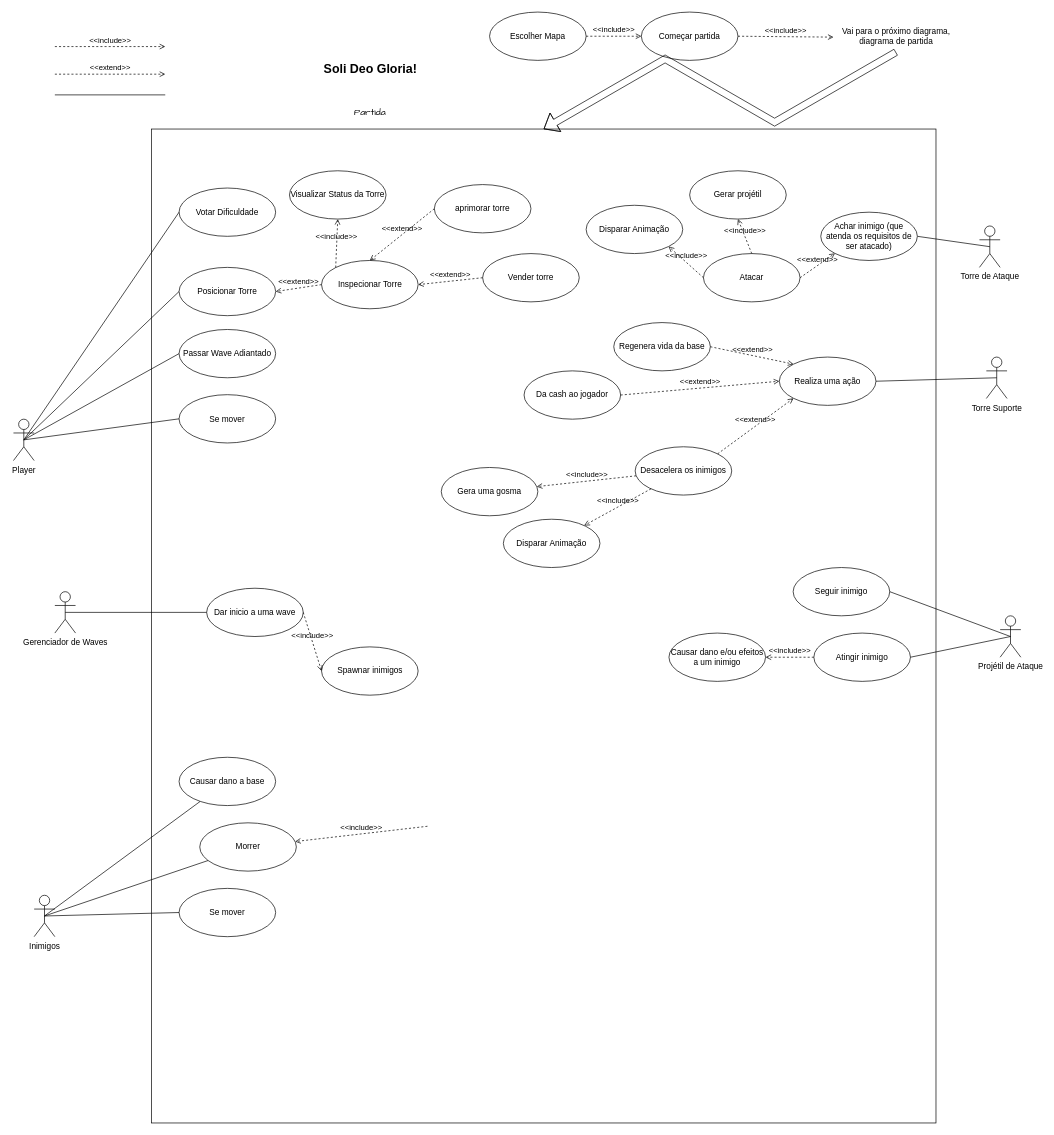
Above: In-Game -- Diagrama Casos de Uso.drawio in DEV-0ne-Jao/Projeto-Integrador (draw.io), before the change. Source tidied: cells renumbered, new cells numbered last; positions are measured from the earlier drawing's top-left corner, leaving out a move shared by most shapes. Both pictures are drawn from the tidied source at 69%, with x=0, y=0 at pixel (13, 12).
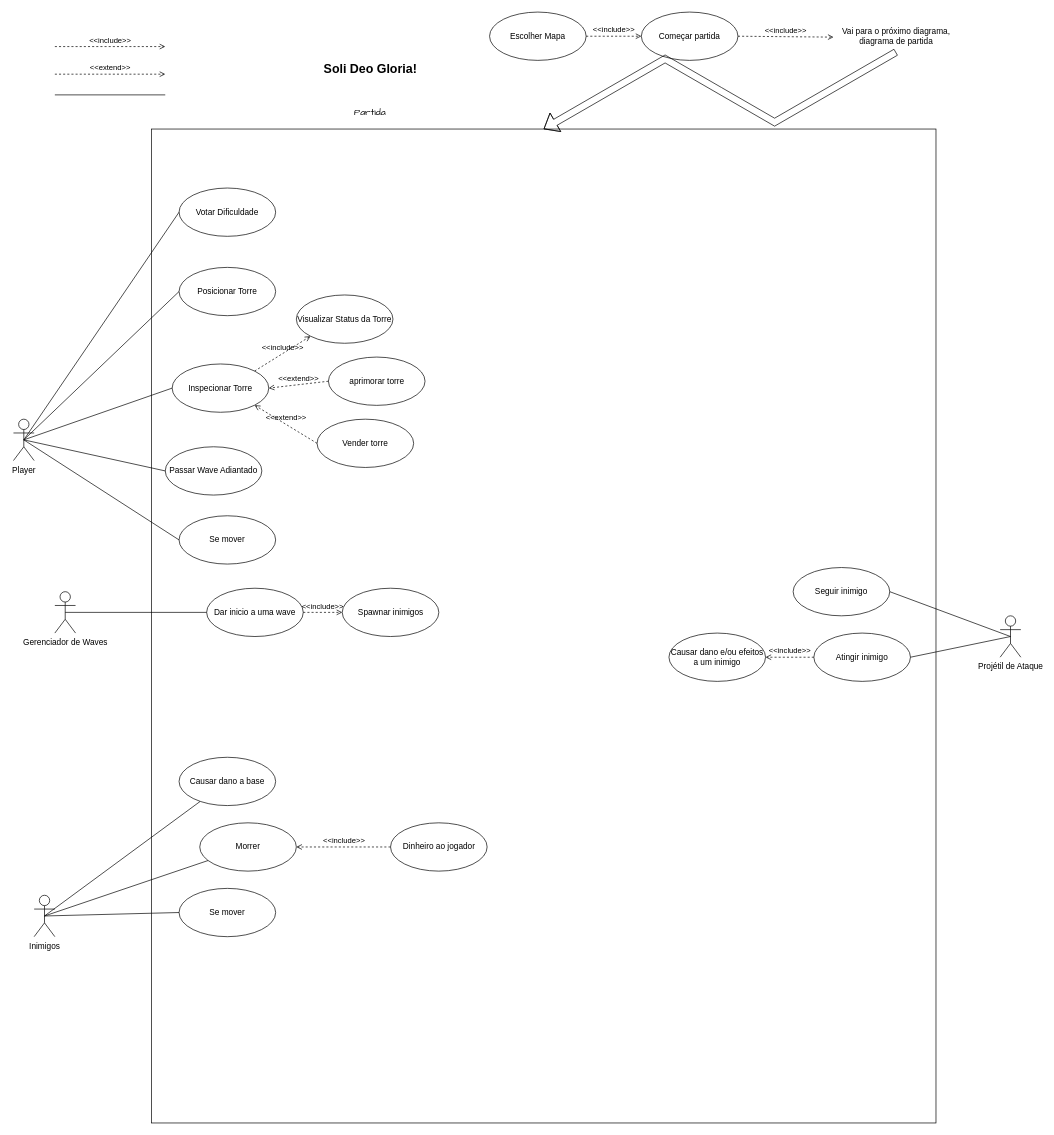
Above is the later version.

Unchanged cells that the change refers to:
```xml
<mxCell id="4" value="Player" style="shape=umlActor;verticalLabelPosition=bottom;verticalAlign=top;html=1;" parent="1" vertex="1">
  <mxGeometry y="590" width="30" height="60" as="geometry" />
</mxCell>
<mxCell id="17" value="Posicionar Torre" style="ellipse;whiteSpace=wrap;html=1;" parent="1" vertex="1">
  <mxGeometry x="240" y="370" width="140" height="70" as="geometry" />
</mxCell>
<mxCell id="62" value="Morrer" style="ellipse;whiteSpace=wrap;html=1;" parent="1" vertex="1">
  <mxGeometry x="270" y="1175" width="140" height="70" as="geometry" />
</mxCell>
```

The edit, as a diff of the source:
```diff
@@
     <mxCell id="18" value="aprimorar torre" style="ellipse;whiteSpace=wrap;html=1;" parent="1" vertex="1">
-      <mxGeometry x="610" y="250" width="140" height="70" as="geometry" />
+      <mxGeometry x="456.5" y="500" width="140" height="70" as="geometry" />
     </mxCell>
     <mxCell id="19" value="Vender torre" style="ellipse;whiteSpace=wrap;html=1;" parent="1" vertex="1">
-      <mxGeometry x="680" y="350" width="140" height="70" as="geometry" />
+      <mxGeometry x="440" y="590" width="140" height="70" as="geometry" />
     </mxCell>
     <mxCell id="20" value="Inspecionar Torre" style="ellipse;whiteSpace=wrap;html=1;" parent="1" vertex="1">
-      <mxGeometry x="446.5" y="360" width="140" height="70" as="geometry" />
+      <mxGeometry x="230" y="510" width="140" height="70" as="geometry" />
     </mxCell>
-    <mxCell id="21" value="&amp;lt;&amp;lt;extend&amp;gt;&amp;gt;" style="html=1;verticalAlign=bottom;labelBackgroundColor=none;endArrow=open;endFill=0;dashed=1;rounded=0;exitX=0;exitY=0.5;exitDx=0;exitDy=0;entryX=1;entryY=0.5;entryDx=0;entryDy=0;" parent="1" edge="1" source="20" target="17">
-      <mxGeometry relative="1" as="geometry" />
-    </mxCell>
-    <mxCell id="22" value="&amp;lt;&amp;lt;extend&amp;gt;&amp;gt;" style="html=1;verticalAlign=bottom;labelBackgroundColor=none;endArrow=open;endFill=0;dashed=1;rounded=0;exitX=0;exitY=0.5;exitDx=0;exitDy=0;entryX=1;entryY=0.5;entryDx=0;entryDy=0;" parent="1" edge="1" source="19" target="20">
+    <mxCell id="22" value="&amp;lt;&amp;lt;extend&amp;gt;&amp;gt;" style="html=1;verticalAlign=bottom;labelBackgroundColor=none;endArrow=open;endFill=0;dashed=1;rounded=0;exitX=0;exitY=0.5;exitDx=0;exitDy=0;entryX=1;entryY=1;entryDx=0;entryDy=0;" parent="1" edge="1" source="19" target="20">
       <mxGeometry relative="1" as="geometry" />
     </mxCell>
-    <mxCell id="23" value="&amp;lt;&amp;lt;extend&amp;gt;&amp;gt;" style="html=1;verticalAlign=bottom;labelBackgroundColor=none;endArrow=open;endFill=0;dashed=1;rounded=0;exitX=0;exitY=0.5;exitDx=0;exitDy=0;entryX=0.5;entryY=0;entryDx=0;entryDy=0;" parent="1" edge="1" source="18" target="20">
+    <mxCell id="23" value="&amp;lt;&amp;lt;extend&amp;gt;&amp;gt;" style="html=1;verticalAlign=bottom;labelBackgroundColor=none;endArrow=open;endFill=0;dashed=1;rounded=0;exitX=0;exitY=0.5;exitDx=0;exitDy=0;entryX=1;entryY=0.5;entryDx=0;entryDy=0;" parent="1" edge="1" source="18" target="20">
       <mxGeometry relative="1" as="geometry" />
     </mxCell>
-    <mxCell id="24" value="&amp;lt;&amp;lt;include&amp;gt;&amp;gt;" style="html=1;verticalAlign=bottom;labelBackgroundColor=none;endArrow=open;endFill=0;dashed=1;rounded=0;exitX=0;exitY=0;exitDx=0;exitDy=0;entryX=0.5;entryY=1;entryDx=0;entryDy=0;" parent="1" edge="1" source="20" target="25">
+    <mxCell id="24" value="&amp;lt;&amp;lt;include&amp;gt;&amp;gt;" style="html=1;verticalAlign=bottom;labelBackgroundColor=none;endArrow=open;endFill=0;dashed=1;rounded=0;exitX=1;exitY=0;exitDx=0;exitDy=0;entryX=0;entryY=1;entryDx=0;entryDy=0;" parent="1" edge="1" source="20" target="25">
       <mxGeometry relative="1" as="geometry" />
     </mxCell>
     <mxCell id="25" value="Visualizar Status da Torre" style="ellipse;whiteSpace=wrap;html=1;" parent="1" vertex="1">
-      <mxGeometry x="400" y="230" width="140" height="70" as="geometry" />
+      <mxGeometry x="410" y="410" width="140" height="70" as="geometry" />
     </mxCell>
@@
     <mxCell id="27" value="Passar Wave Adiantado" style="ellipse;whiteSpace=wrap;html=1;" parent="1" vertex="1">
-      <mxGeometry x="240" y="460" width="140" height="70" as="geometry" />
+      <mxGeometry x="220" y="630" width="140" height="70" as="geometry" />
     </mxCell>
@@
     <mxCell id="29" value="Se mover" style="ellipse;whiteSpace=wrap;html=1;" parent="1" vertex="1">
-      <mxGeometry x="240" y="554.5" width="140" height="70" as="geometry" />
+      <mxGeometry x="240" y="730" width="140" height="70" as="geometry" />
     </mxCell>
@@
-    <mxCell id="31" value="Torre de Ataque" style="shape=umlActor;verticalLabelPosition=bottom;verticalAlign=top;html=1;outlineConnect=0;" parent="1" vertex="1">
-      <mxGeometry x="1400" y="310" width="30" height="60" as="geometry" />
-    </mxCell>
-    <mxCell id="32" value="Atacar" style="ellipse;whiteSpace=wrap;html=1;" parent="1" vertex="1">
-      <mxGeometry x="1000" y="350" width="140" height="70" as="geometry" />
-    </mxCell>
-    <mxCell id="33" style="endArrow=none;html=1;rounded=0;exitX=1;exitY=0.5;exitDx=0;exitDy=0;entryX=0.5;entryY=0.5;entryDx=0;entryDy=0;entryPerimeter=0;" parent="1" edge="1" source="35" target="31">
-      <mxGeometry relative="1" as="geometry" />
-    </mxCell>
-    <mxCell id="34" value="Regenera vida da base" style="ellipse;whiteSpace=wrap;html=1;" parent="1" vertex="1">
-      <mxGeometry x="870" y="450" width="140" height="70" as="geometry" />
-    </mxCell>
-    <mxCell id="35" value="Achar inimigo (que atenda os requisitos de ser atacado)" style="ellipse;whiteSpace=wrap;html=1;" parent="1" vertex="1">
-      <mxGeometry x="1170" y="290" width="140" height="70" as="geometry" />
-    </mxCell>
-    <mxCell id="36" value="Torre Suporte&lt;div&gt;&lt;br&gt;&lt;/div&gt;" style="shape=umlActor;verticalLabelPosition=bottom;verticalAlign=top;html=1;outlineConnect=0;" parent="1" vertex="1">
-      <mxGeometry x="1410" y="500" width="30" height="60" as="geometry" />
-    </mxCell>
-    <mxCell id="37" value="&amp;lt;&amp;lt;extend&amp;gt;&amp;gt;" style="html=1;verticalAlign=bottom;labelBackgroundColor=none;endArrow=open;endFill=0;dashed=1;rounded=0;exitX=1;exitY=0.5;exitDx=0;exitDy=0;entryX=0;entryY=1;entryDx=0;entryDy=0;" parent="1" edge="1" source="32" target="35">
-      <mxGeometry relative="1" as="geometry" />
-    </mxCell>
-    <mxCell id="38" value="Disparar Animação" style="ellipse;whiteSpace=wrap;html=1;" parent="1" vertex="1">
-      <mxGeometry x="830" y="280" width="140" height="70" as="geometry" />
-    </mxCell>
-    <mxCell id="39" value="&amp;lt;&amp;lt;include&amp;gt;&amp;gt;" style="html=1;verticalAlign=bottom;labelBackgroundColor=none;endArrow=open;endFill=0;dashed=1;rounded=0;exitX=0;exitY=0.5;exitDx=0;exitDy=0;entryX=1;entryY=1;entryDx=0;entryDy=0;" parent="1" edge="1" source="32" target="38">
-      <mxGeometry relative="1" as="geometry" />
-    </mxCell>
-    <mxCell id="40" style="endArrow=none;html=1;rounded=0;entryX=0.5;entryY=0.5;entryDx=0;entryDy=0;entryPerimeter=0;exitX=1;exitY=0.5;exitDx=0;exitDy=0;" parent="1" edge="1" source="59" target="36">
-      <mxGeometry relative="1" as="geometry" />
-    </mxCell>
-    <mxCell id="41" value="Gerar projétil" style="ellipse;whiteSpace=wrap;html=1;" parent="1" vertex="1">
-      <mxGeometry x="980" y="230" width="140" height="70" as="geometry" />
-    </mxCell>
-    <mxCell id="42" value="Da cash ao jogador" style="ellipse;whiteSpace=wrap;html=1;" parent="1" vertex="1">
-      <mxGeometry x="740" y="520" width="140" height="70" as="geometry" />
-    </mxCell>
-    <mxCell id="43" value="&amp;lt;&amp;lt;include&amp;gt;&amp;gt;" style="html=1;verticalAlign=bottom;labelBackgroundColor=none;endArrow=open;endFill=0;dashed=1;rounded=0;exitX=0.5;exitY=0;exitDx=0;exitDy=0;entryX=0.5;entryY=1;entryDx=0;entryDy=0;" parent="1" edge="1" source="32" target="41">
-      <mxGeometry relative="1" as="geometry" />
-    </mxCell>
@@
-    <mxCell id="45" value="Desacelera os inimigos" style="ellipse;whiteSpace=wrap;html=1;" parent="1" vertex="1">
-      <mxGeometry x="901" y="630" width="140" height="70" as="geometry" />
-    </mxCell>
-    <mxCell id="46" value="&amp;lt;&amp;lt;include&amp;gt;&amp;gt;" style="html=1;verticalAlign=bottom;labelBackgroundColor=none;endArrow=open;endFill=0;dashed=1;rounded=0;" parent="1" edge="1" source="45" target="48">
-      <mxGeometry relative="1" as="geometry" />
-    </mxCell>
@@
-    <mxCell id="48" value="Gera uma gosma" style="ellipse;whiteSpace=wrap;html=1;" parent="1" vertex="1">
-      <mxGeometry x="620" y="660" width="140" height="70" as="geometry" />
-    </mxCell>
@@
-    <mxCell id="50" value="Disparar Animação" style="ellipse;whiteSpace=wrap;html=1;" parent="1" vertex="1">
-      <mxGeometry x="710" y="735" width="140" height="70" as="geometry" />
-    </mxCell>
@@
-    <mxCell id="52" value="&amp;lt;&amp;lt;include&amp;gt;&amp;gt;" style="html=1;verticalAlign=bottom;labelBackgroundColor=none;endArrow=open;endFill=0;dashed=1;rounded=0;" parent="1" edge="1" source="45" target="50">
-      <mxGeometry relative="1" as="geometry" />
-    </mxCell>
@@
-    <mxCell id="59" value="Realiza uma ação" style="ellipse;whiteSpace=wrap;html=1;" parent="1" vertex="1">
-      <mxGeometry x="1110" y="500" width="140" height="70" as="geometry" />
-    </mxCell>
@@
-    <mxCell id="61" value="&amp;lt;&amp;lt;extend&amp;gt;&amp;gt;" style="html=1;verticalAlign=bottom;labelBackgroundColor=none;endArrow=open;endFill=0;dashed=1;rounded=0;exitX=1;exitY=0.5;exitDx=0;exitDy=0;entryX=0;entryY=0;entryDx=0;entryDy=0;" parent="1" edge="1" source="34" target="59">
-      <mxGeometry relative="1" as="geometry" />
-    </mxCell>
@@
-    <mxCell id="63" value="&amp;lt;&amp;lt;extend&amp;gt;&amp;gt;" style="html=1;verticalAlign=bottom;labelBackgroundColor=none;endArrow=open;endFill=0;dashed=1;rounded=0;exitX=1;exitY=0.5;exitDx=0;exitDy=0;entryX=0;entryY=0.5;entryDx=0;entryDy=0;" parent="1" edge="1" source="42" target="59">
-      <mxGeometry relative="1" as="geometry" />
-    </mxCell>
-    <mxCell id="64" value="&amp;lt;&amp;lt;extend&amp;gt;&amp;gt;" style="html=1;verticalAlign=bottom;labelBackgroundColor=none;endArrow=open;endFill=0;dashed=1;rounded=0;exitX=1;exitY=0;exitDx=0;exitDy=0;entryX=0;entryY=1;entryDx=0;entryDy=0;" parent="1" edge="1" source="45" target="59">
-      <mxGeometry relative="1" as="geometry" />
-    </mxCell>
@@
-    <mxCell id="68" value="&amp;lt;&amp;lt;include&amp;gt;&amp;gt;" style="html=1;verticalAlign=bottom;labelBackgroundColor=none;endArrow=open;endFill=0;dashed=1;rounded=0;exitX=0;exitY=0.5;exitDx=0;exitDy=0;" parent="1" edge="1" target="62">
-      <mxGeometry relative="1" as="geometry">
-        <mxPoint x="600" y="1180" as="sourcePoint" />
-      </mxGeometry>
-    </mxCell>
@@
     <mxCell id="71" value="Spawnar inimigos" style="ellipse;whiteSpace=wrap;html=1;" parent="1" vertex="1">
-      <mxGeometry x="446.5" y="920" width="140" height="70" as="geometry" />
+      <mxGeometry x="476.5" y="835" width="140" height="70" as="geometry" />
     </mxCell>
@@
+    <mxCell id="73" style="endArrow=none;html=1;rounded=0;exitX=0.5;exitY=0.5;exitDx=0;exitDy=0;exitPerimeter=0;entryX=0;entryY=0.5;entryDx=0;entryDy=0;" parent="1" edge="1" source="4" target="20">
+      <mxGeometry relative="1" as="geometry" />
+    </mxCell>
+    <mxCell id="74" value="&amp;lt;&amp;lt;include&amp;gt;&amp;gt;" style="html=1;verticalAlign=bottom;labelBackgroundColor=none;endArrow=open;endFill=0;dashed=1;rounded=0;entryX=1;entryY=0.5;entryDx=0;entryDy=0;exitX=0;exitY=0.5;exitDx=0;exitDy=0;" parent="1" edge="1" source="75" target="62">
+      <mxGeometry relative="1" as="geometry" />
+    </mxCell>
+    <mxCell id="75" value="Dinheiro ao jogador" style="ellipse;whiteSpace=wrap;html=1;" parent="1" vertex="1">
+      <mxGeometry x="546.5" y="1175" width="140" height="70" as="geometry" />
+    </mxCell>
```
